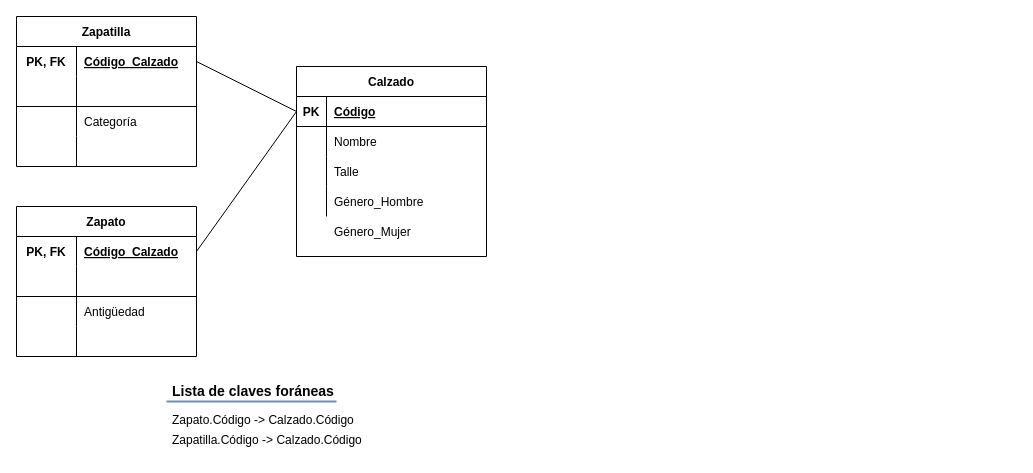
Earlier version of the draw.io diagram Leandro Cantero - Parcial (MR).drawio (LeandroCantero/BaseDeDatos-Unahur). Source tidied: cells renumbered, new cells numbered last; positions are measured from the earlier drawing's top-left corner, leaving out a move shared by most shapes. Both pictures are drawn from the tidied source at 100%, with x=0, y=0 at pixel (16, 16).
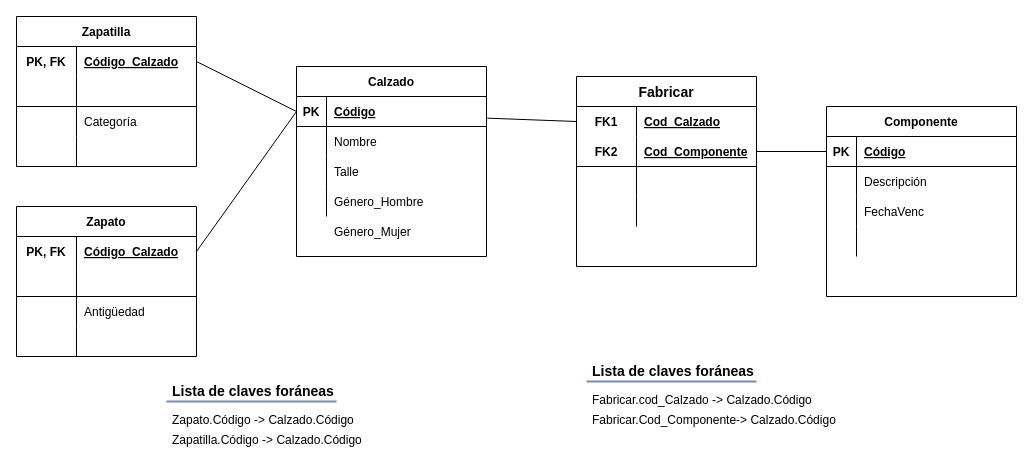
The same page after the edit.

Unchanged cells that the change refers to:
```xml
<mxCell id="3" style="shape=tableRow;horizontal=0;startSize=0;swimlaneHead=0;swimlaneBody=0;fillColor=none;points=[[0,0.5],[1,0.5]];portConstraint=eastwest;top=0;left=0;right=0;bottom=1;" parent="2" vertex="1">
  <mxGeometry y="30" width="190" height="30" as="geometry" />
</mxCell>
```

What changed in the source:
```diff
@@
+    <mxCell id="48" value="Componente" style="shape=table;startSize=30;childLayout=tableLayout;rowLines=0;fontStyle=1;align=center;" parent="1" vertex="1">
+      <mxGeometry x="810" y="90" width="190" height="190" as="geometry" />
+    </mxCell>
+    <mxCell id="49" style="shape=tableRow;horizontal=0;startSize=0;swimlaneHead=0;swimlaneBody=0;fillColor=none;points=[[0,0.5],[1,0.5]];portConstraint=eastwest;top=0;left=0;right=0;bottom=1;" parent="48" vertex="1">
+      <mxGeometry y="30" width="190" height="30" as="geometry" />
+    </mxCell>
+    <mxCell id="50" value="PK" style="shape=partialRectangle;fillColor=none;top=0;left=0;bottom=0;right=0;fontStyle=1;overflow=hidden;" parent="49" vertex="1">
+      <mxGeometry width="30" height="30" as="geometry" />
+    </mxCell>
+    <mxCell id="51" value="Código" style="shape=partialRectangle;fillColor=none;top=0;left=0;bottom=0;right=0;align=left;spacingLeft=6;fontStyle=5;overflow=hidden;" parent="49" vertex="1">
+      <mxGeometry x="30" width="160" height="30" as="geometry" />
+    </mxCell>
+    <mxCell id="52" style="shape=tableRow;horizontal=0;startSize=0;swimlaneHead=0;swimlaneBody=0;fillColor=none;top=0;left=0;right=0;bottom=0;" parent="48" vertex="1">
+      <mxGeometry y="60" width="190" height="30" as="geometry" />
+    </mxCell>
+    <mxCell id="53" style="shape=partialRectangle;fillColor=none;top=0;left=0;bottom=0;right=0;overflow=hidden;" parent="52" vertex="1">
+      <mxGeometry width="30" height="30" as="geometry" />
+    </mxCell>
+    <mxCell id="54" value="Descripción" style="shape=partialRectangle;fillColor=none;top=0;left=0;bottom=0;right=0;align=left;spacingLeft=6;overflow=hidden;" parent="52" vertex="1">
+      <mxGeometry x="30" width="160" height="30" as="geometry" />
+    </mxCell>
+    <mxCell id="55" style="shape=tableRow;horizontal=0;startSize=0;swimlaneHead=0;swimlaneBody=0;fillColor=none;top=0;left=0;right=0;bottom=0;" parent="48" vertex="1">
+      <mxGeometry y="90" width="190" height="30" as="geometry" />
+    </mxCell>
+    <mxCell id="56" style="shape=partialRectangle;fillColor=none;top=0;left=0;bottom=0;right=0;overflow=hidden;" parent="55" vertex="1">
+      <mxGeometry width="30" height="30" as="geometry" />
+    </mxCell>
+    <mxCell id="57" value="FechaVenc" style="shape=partialRectangle;fillColor=none;top=0;left=0;bottom=0;right=0;align=left;spacingLeft=6;overflow=hidden;" parent="55" vertex="1">
+      <mxGeometry x="30" width="160" height="30" as="geometry" />
+    </mxCell>
+    <mxCell id="58" style="shape=tableRow;horizontal=0;startSize=0;swimlaneHead=0;swimlaneBody=0;fillColor=none;top=0;left=0;right=0;bottom=0;" parent="48" vertex="1">
+      <mxGeometry y="120" width="190" height="30" as="geometry" />
+    </mxCell>
+    <mxCell id="59" style="shape=partialRectangle;fillColor=none;top=0;left=0;bottom=0;right=0;overflow=hidden;" parent="58" vertex="1">
+      <mxGeometry width="30" height="30" as="geometry" />
+    </mxCell>
+    <mxCell id="60" style="shape=partialRectangle;fillColor=none;top=0;left=0;bottom=0;right=0;align=left;spacingLeft=6;overflow=hidden;" parent="58" vertex="1">
+      <mxGeometry x="30" width="160" height="30" as="geometry" />
+    </mxCell>
+    <mxCell id="61" value="Fabricar" style="shape=table;startSize=30;childLayout=tableLayout;rowLines=0;fontStyle=1;align=center;fontSize=14;strokeWidth=1;" parent="1" vertex="1">
+      <mxGeometry x="560" y="60" width="180" height="190" as="geometry" />
+    </mxCell>
+    <mxCell id="62" style="shape=tableRow;horizontal=0;startSize=0;swimlaneHead=0;swimlaneBody=0;fillColor=none;points=[[0,0.5],[1,0.5]];portConstraint=eastwest;top=0;left=0;right=0;bottom=0;fontSize=14;strokeWidth=1;" parent="61" vertex="1">
+      <mxGeometry y="30" width="180" height="30" as="geometry" />
+    </mxCell>
+    <mxCell id="63" value="FK1" style="shape=partialRectangle;fillColor=none;top=0;left=0;bottom=0;right=0;fontStyle=1;overflow=hidden;fontSize=12;strokeWidth=1;" parent="62" vertex="1">
+      <mxGeometry width="60" height="30" as="geometry" />
+    </mxCell>
+    <mxCell id="64" value="Cod_Calzado" style="shape=partialRectangle;fillColor=none;top=0;left=0;bottom=0;right=0;align=left;spacingLeft=6;fontStyle=5;overflow=hidden;fontSize=12;strokeWidth=1;" parent="62" vertex="1">
+      <mxGeometry x="60" width="120" height="30" as="geometry" />
+    </mxCell>
+    <mxCell id="65" style="shape=tableRow;horizontal=0;startSize=0;swimlaneHead=0;swimlaneBody=0;fillColor=none;points=[[0,0.5],[1,0.5]];portConstraint=eastwest;top=0;left=0;right=0;bottom=1;fontSize=14;strokeWidth=1;" parent="61" vertex="1">
+      <mxGeometry y="60" width="180" height="30" as="geometry" />
+    </mxCell>
+    <mxCell id="66" value="FK2" style="shape=partialRectangle;fillColor=none;top=0;left=0;bottom=0;right=0;fontStyle=1;overflow=hidden;fontSize=12;strokeWidth=1;" parent="65" vertex="1">
+      <mxGeometry width="60" height="30" as="geometry" />
+    </mxCell>
+    <mxCell id="67" value="Cod_Componente" style="shape=partialRectangle;fillColor=none;top=0;left=0;bottom=0;right=0;align=left;spacingLeft=6;fontStyle=5;overflow=hidden;fontSize=12;strokeWidth=1;" parent="65" vertex="1">
+      <mxGeometry x="60" width="120" height="30" as="geometry" />
+    </mxCell>
+    <mxCell id="68" style="shape=tableRow;horizontal=0;startSize=0;swimlaneHead=0;swimlaneBody=0;fillColor=none;top=0;left=0;right=0;bottom=0;fontSize=14;strokeWidth=1;" parent="61" vertex="1">
+      <mxGeometry y="90" width="180" height="30" as="geometry" />
+    </mxCell>
+    <mxCell id="69" style="shape=partialRectangle;fillColor=none;top=0;left=0;bottom=0;right=0;overflow=hidden;fontSize=14;strokeWidth=1;" parent="68" vertex="1">
+      <mxGeometry width="60" height="30" as="geometry" />
+    </mxCell>
+    <mxCell id="70" style="shape=partialRectangle;fillColor=none;top=0;left=0;bottom=0;right=0;align=left;spacingLeft=6;overflow=hidden;fontSize=12;strokeWidth=1;" parent="68" vertex="1">
+      <mxGeometry x="60" width="120" height="30" as="geometry" />
+    </mxCell>
+    <mxCell id="71" style="shape=tableRow;horizontal=0;startSize=0;swimlaneHead=0;swimlaneBody=0;fillColor=none;top=0;left=0;right=0;bottom=0;fontSize=14;strokeWidth=1;" parent="61" vertex="1">
+      <mxGeometry y="120" width="180" height="30" as="geometry" />
+    </mxCell>
+    <mxCell id="72" style="shape=partialRectangle;fillColor=none;top=0;left=0;bottom=0;right=0;overflow=hidden;fontSize=14;strokeWidth=1;" parent="71" vertex="1">
+      <mxGeometry width="60" height="30" as="geometry" />
+    </mxCell>
+    <mxCell id="73" style="shape=partialRectangle;fillColor=none;top=0;left=0;bottom=0;right=0;align=left;spacingLeft=6;overflow=hidden;fontSize=12;strokeWidth=1;" parent="71" vertex="1">
+      <mxGeometry x="60" width="120" height="30" as="geometry" />
+    </mxCell>
+    <mxCell id="74" style="endArrow=none;html=1;rounded=0;fontSize=12;strokeWidth=1;exitX=1;exitY=0.5;exitDx=0;exitDy=0;entryX=0;entryY=0.5;entryDx=0;entryDy=0;" parent="1" edge="1" source="65" target="49">
+      <mxGeometry relative="1" as="geometry" />
+    </mxCell>
+    <mxCell id="75" style="endArrow=none;html=1;rounded=0;fontSize=12;strokeWidth=1;exitX=1.004;exitY=0.722;exitDx=0;exitDy=0;entryX=0;entryY=0.5;entryDx=0;entryDy=0;exitPerimeter=0;" parent="1" edge="1" source="3" target="62">
+      <mxGeometry relative="1" as="geometry" />
+    </mxCell>
+    <mxCell id="76" value="Lista de claves foráneas" style="text;strokeColor=none;fillColor=none;spacingLeft=4;spacingRight=4;overflow=hidden;fontSize=14;fontStyle=1;" parent="1" vertex="1">
+      <mxGeometry x="570" y="340" width="175" height="30" as="geometry" />
+    </mxCell>
+    <mxCell id="77" value="Fabricar.cod_Calzado -&gt; Calzado.Código" style="text;strokeColor=none;fillColor=none;spacingLeft=4;spacingRight=4;overflow=hidden;fontSize=12;" parent="1" vertex="1">
+      <mxGeometry x="570" y="370" width="240" height="30" as="geometry" />
+    </mxCell>
+    <mxCell id="78" style="line;strokeWidth=2;dashed=0;labelPosition=right;align=left;verticalAlign=middle;spacingTop=0;spacingLeft=6;fontSize=14;fillColor=#dae8fc;strokeColor=#6c8ebf;" parent="1" vertex="1">
+      <mxGeometry x="570" y="360" width="170" height="10" as="geometry" />
+    </mxCell>
+    <mxCell id="79" value="Fabricar.Cod_Componente-&gt; Calzado.Código" style="text;strokeColor=none;fillColor=none;spacingLeft=4;spacingRight=4;overflow=hidden;fontSize=12;" parent="1" vertex="1">
+      <mxGeometry x="570" y="390" width="270" height="30" as="geometry" />
+    </mxCell>
```
